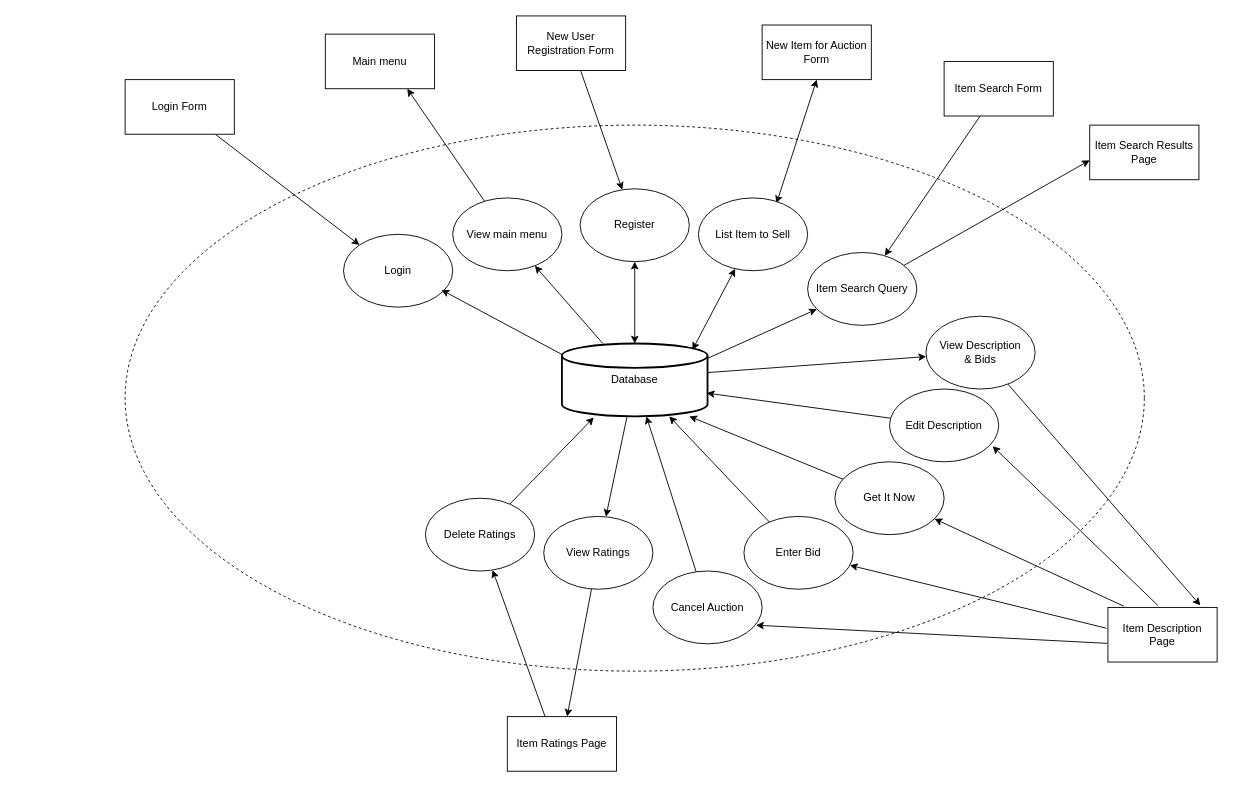
kkashiva/buzzbid keeps this draw.io diagram as Phase_1/team055_p1_ifd_temp_kk.drawio.xml. Above is the earlier version. Source tidied: cells renumbered, new cells numbered last; positions are measured from the earlier drawing's top-left corner, leaving out a move shared by most shapes. Both pictures are drawn from the tidied source at 91%, with x=0, y=0 at pixel (125, 15).
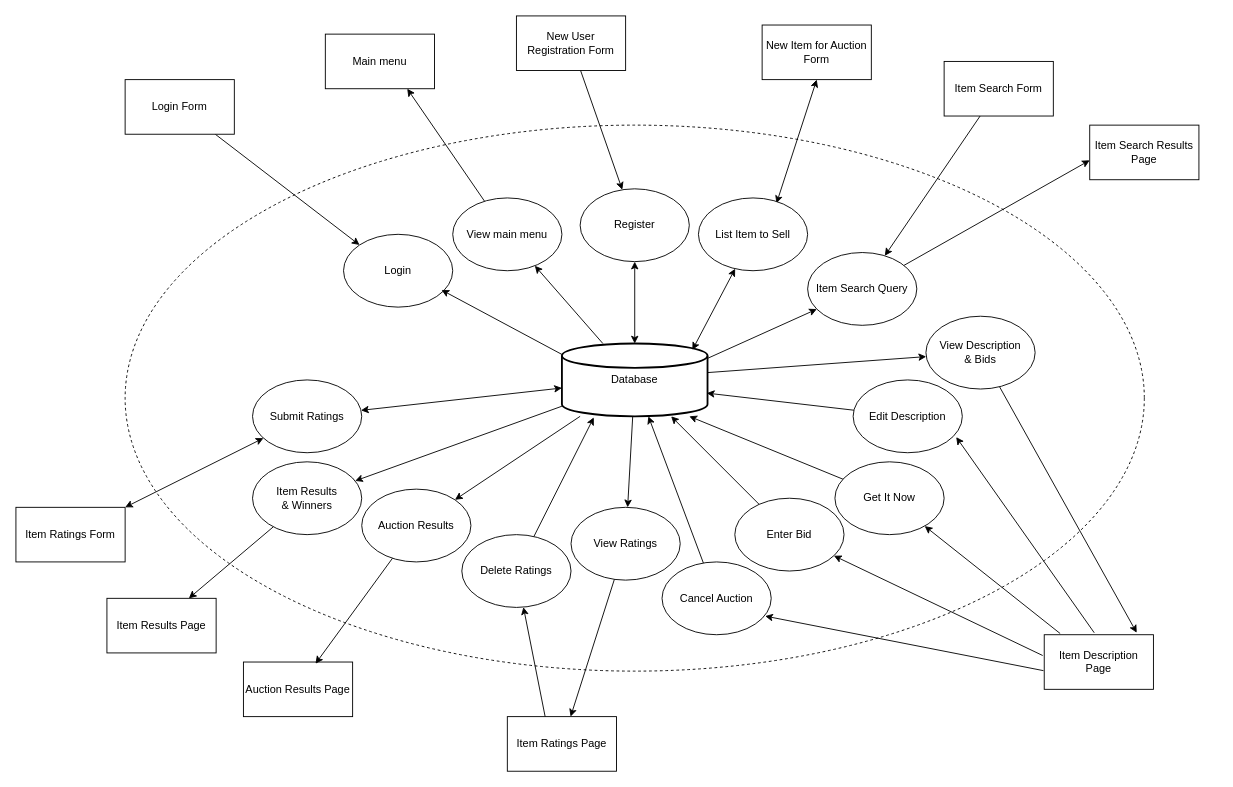
The same page after the edit.

Commit message (it also covers changes not shown here):
added auction results, item results, ratings to IFD

Unchanged cells that the change refers to:
```xml
<mxCell id="7" value="Database" style="strokeWidth=2;html=1;shape=mxgraph.flowchart.database;whiteSpace=wrap;rounded=0;" parent="1" vertex="1">
  <mxGeometry x="480" y="360" width="160" height="80" as="geometry" />
</mxCell>
```

What changed in the source:
```diff
@@
+    <mxCell id="49" style="rounded=0;jettySize=auto;html=1;" parent="1" edge="1" source="7" target="52">
+      <mxGeometry relative="1" as="geometry" />
+    </mxCell>
+    <mxCell id="50" style="rounded=0;jettySize=auto;html=1;" parent="1" edge="1" source="7" target="56">
+      <mxGeometry relative="1" as="geometry" />
+    </mxCell>
@@
     <mxCell id="32" value="Item Description Page" style="rounded=0;whiteSpace=wrap;html=1;" parent="1" vertex="1">
-      <mxGeometry x="1080" y="650" width="120" height="60" as="geometry" />
+      <mxGeometry x="1010" y="680" width="120" height="60" as="geometry" />
     </mxCell>
     <mxCell id="33" value="Edit Description" style="ellipse;whiteSpace=wrap;html=1;rounded=0;" parent="1" vertex="1">
-      <mxGeometry x="840" y="410" width="120" height="80" as="geometry" />
+      <mxGeometry x="800" y="400" width="120" height="80" as="geometry" />
     </mxCell>
@@
     <mxCell id="40" value="Enter Bid" style="ellipse;whiteSpace=wrap;html=1;rounded=0;" parent="1" vertex="1">
-      <mxGeometry x="680" y="550" width="120" height="80" as="geometry" />
+      <mxGeometry x="670" y="530" width="120" height="80" as="geometry" />
     </mxCell>
@@
     <mxCell id="42" value="Cancel Auction" style="ellipse;whiteSpace=wrap;html=1;rounded=0;" parent="1" vertex="1">
-      <mxGeometry x="580" y="610" width="120" height="80" as="geometry" />
+      <mxGeometry x="590" y="600" width="120" height="80" as="geometry" />
     </mxCell>
@@
     <mxCell id="46" value="View Ratings" style="ellipse;whiteSpace=wrap;html=1;rounded=0;" parent="1" vertex="1">
-      <mxGeometry x="460" y="550" width="120" height="80" as="geometry" />
+      <mxGeometry x="490" y="540" width="120" height="80" as="geometry" />
     </mxCell>
     <mxCell id="47" value="Delete Ratings" style="ellipse;whiteSpace=wrap;html=1;rounded=0;" parent="1" vertex="1">
-      <mxGeometry x="330" y="530" width="120" height="80" as="geometry" />
+      <mxGeometry x="370" y="570" width="120" height="80" as="geometry" />
     </mxCell>
@@
+    <mxCell id="51" value="Auction Results Page" style="rounded=0;whiteSpace=wrap;html=1;" parent="1" vertex="1">
+      <mxGeometry x="130" y="710" width="120" height="60" as="geometry" />
+    </mxCell>
+    <mxCell id="52" value="Auction Results" style="ellipse;whiteSpace=wrap;html=1;rounded=0;" parent="1" vertex="1">
+      <mxGeometry x="260" y="520" width="120" height="80" as="geometry" />
+    </mxCell>
+    <mxCell id="53" style="rounded=0;jettySize=auto;html=1;entryX=0.66;entryY=0.031;entryDx=0;entryDy=0;entryPerimeter=0;" parent="1" edge="1" source="52" target="51">
+      <mxGeometry relative="1" as="geometry" />
+    </mxCell>
+    <mxCell id="54" value="Item Results Page" style="rounded=0;whiteSpace=wrap;html=1;" parent="1" vertex="1">
+      <mxGeometry x="-20" y="640" width="120" height="60" as="geometry" />
+    </mxCell>
+    <mxCell id="55" style="rounded=0;jettySize=auto;html=1;entryX=0.75;entryY=0;entryDx=0;entryDy=0;" parent="1" edge="1" source="56" target="54">
+      <mxGeometry relative="1" as="geometry" />
+    </mxCell>
+    <mxCell id="56" value="Item Results &lt;br&gt;&amp;amp; Winners" style="ellipse;whiteSpace=wrap;html=1;rounded=0;" parent="1" vertex="1">
+      <mxGeometry x="140" y="490" width="120" height="80" as="geometry" />
+    </mxCell>
+    <mxCell id="57" style="rounded=0;jettySize=auto;html=1;startArrow=classic;startFill=1;" parent="1" edge="1" source="58" target="60">
+      <mxGeometry relative="1" as="geometry" />
+    </mxCell>
+    <mxCell id="58" value="Item Ratings Form" style="rounded=0;whiteSpace=wrap;html=1;" parent="1" vertex="1">
+      <mxGeometry x="-120" y="540" width="120" height="60" as="geometry" />
+    </mxCell>
+    <mxCell id="59" style="rounded=0;jettySize=auto;html=1;startArrow=classic;startFill=1;" parent="1" edge="1" source="60" target="7">
+      <mxGeometry relative="1" as="geometry" />
+    </mxCell>
+    <mxCell id="60" value="Submit Ratings" style="ellipse;whiteSpace=wrap;html=1;rounded=0;" parent="1" vertex="1">
+      <mxGeometry x="140" y="400" width="120" height="80" as="geometry" />
+    </mxCell>
```
